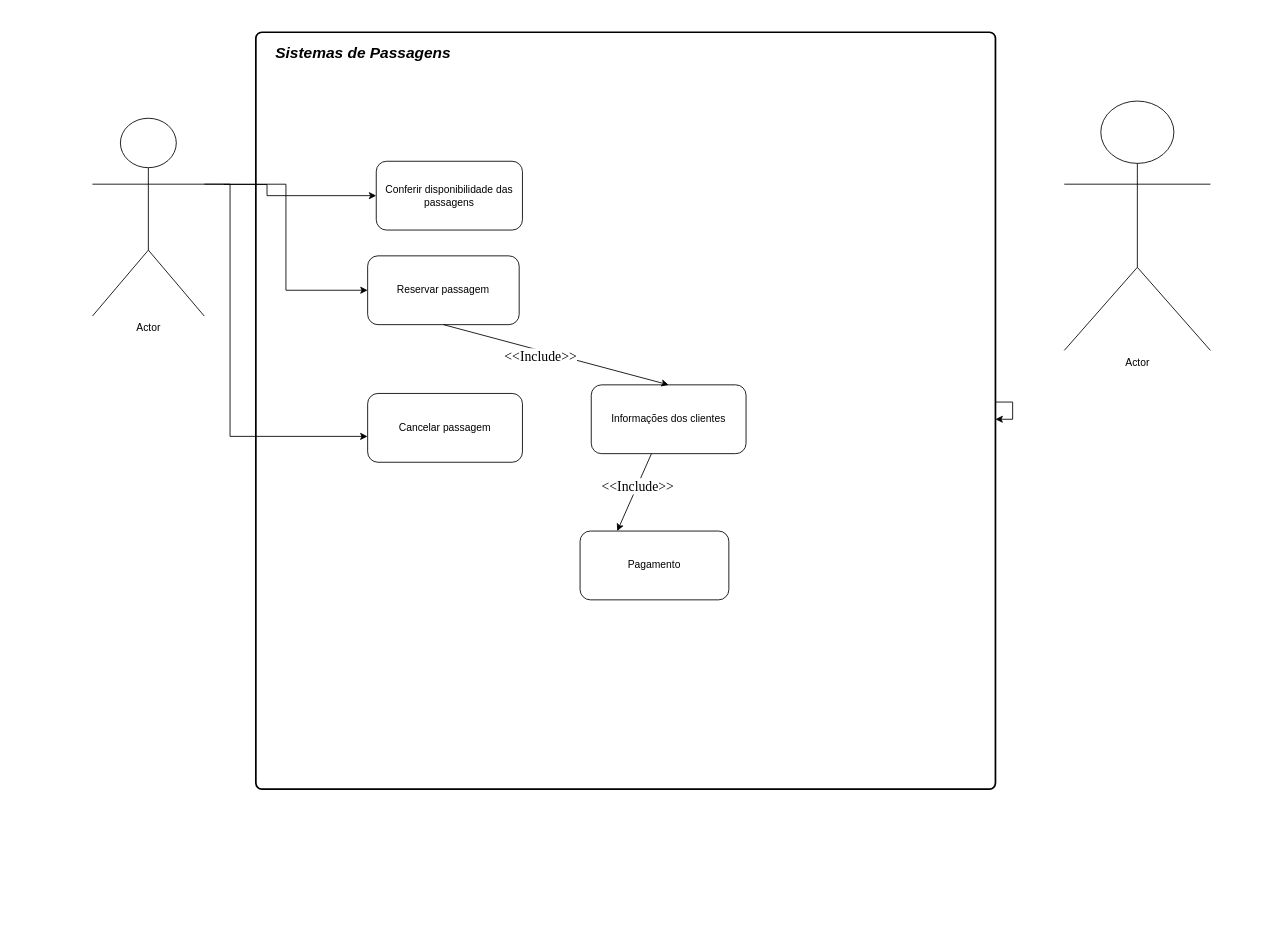
The draw.io diagram Sistema de Passagens.drawio in llealdev/Diagramas-UML, before the edit. Source tidied: cells renumbered, new cells numbered last; positions are measured from the earlier drawing's top-left corner, leaving out a move shared by most shapes. Both pictures are drawn from the tidied source at 86%, with x=0, y=0 at pixel (92, 15).
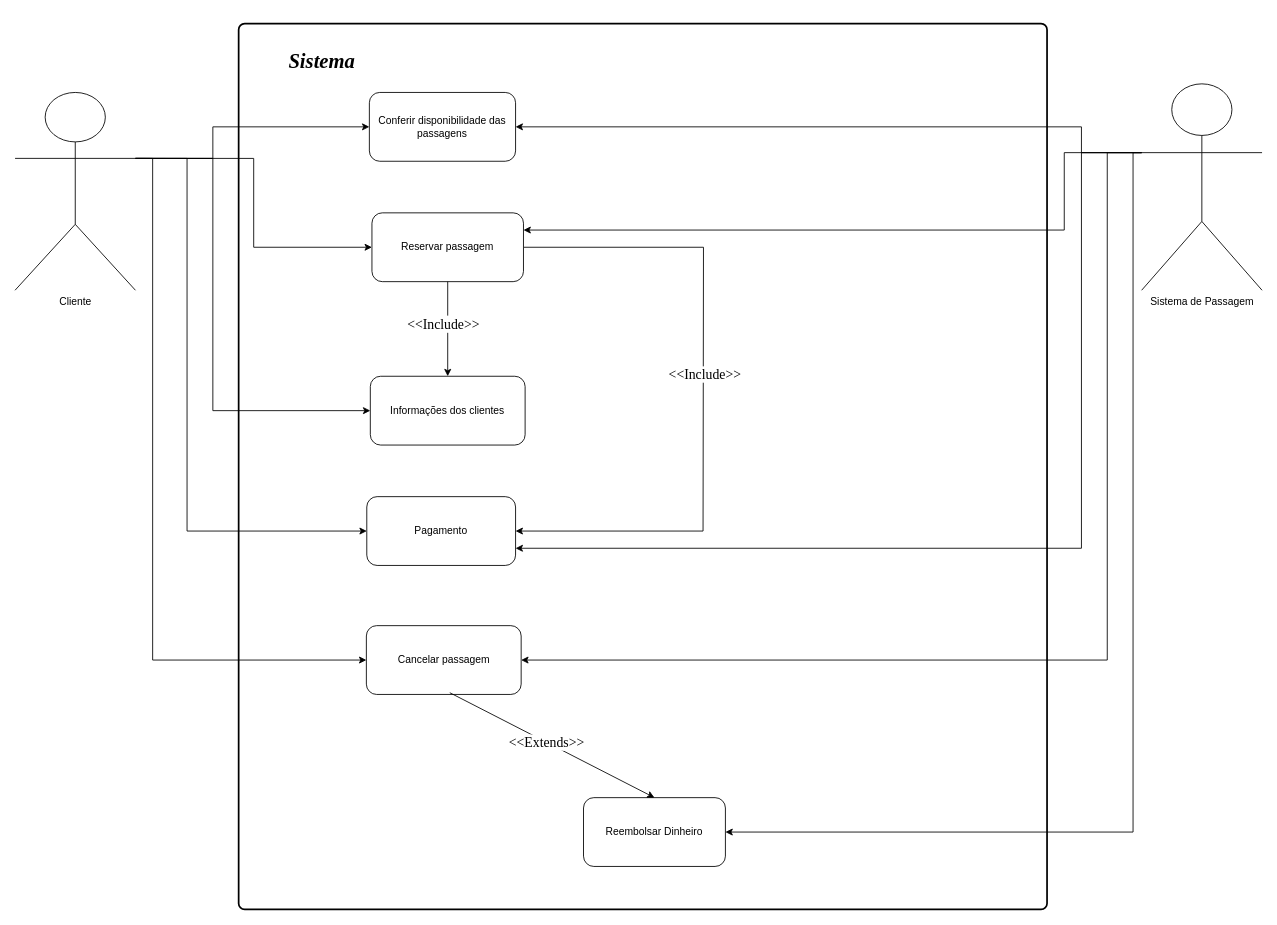
After the change.

Commit message:
Finalização do diagrama de caso de uso do sistema de passagem.drawio

The edit, as a diff of the source:
```diff
@@
-    <mxCell id="2" value="Actor" style="shape=umlActor;verticalLabelPosition=bottom;verticalAlign=top;html=1;" parent="1" vertex="1">
-      <mxGeometry y="120" width="130" height="230" as="geometry" />
+    <mxCell id="2" value="Cliente" style="shape=umlActor;verticalLabelPosition=bottom;verticalAlign=top;html=1;" parent="1" vertex="1">
+      <mxGeometry x="-90" y="90" width="140" height="230" as="geometry" />
     </mxCell>
     <mxCell id="3" style="rounded=1;whiteSpace=wrap;html=1;absoluteArcSize=1;arcSize=14;strokeWidth=2;" parent="1" vertex="1">
-      <mxGeometry x="190" y="20" width="860" height="880" as="geometry" />
+      <mxGeometry x="170" y="10" width="940" height="1030" as="geometry" />
     </mxCell>
-    <mxCell id="4" value="&lt;p style=&quot;line-height: 270%; font-size: 18px;&quot;&gt;&lt;b style=&quot;font-size: 18px;&quot;&gt;&lt;i style=&quot;font-size: 18px;&quot;&gt;Sistemas de Passagens&lt;/i&gt;&lt;/b&gt;&lt;/p&gt;" style="text;html=1;align=center;verticalAlign=middle;whiteSpace=wrap;rounded=0;fontSize=18;" parent="1" vertex="1">
-      <mxGeometry x="210" width="210" height="90" as="geometry" />
+    <mxCell id="4" value="&lt;p style=&quot;line-height: 270%;&quot;&gt;&lt;b style=&quot;&quot;&gt;&lt;i style=&quot;&quot;&gt;&lt;font face=&quot;Times New Roman&quot; style=&quot;font-size: 24px;&quot;&gt;Sistema&amp;nbsp;&lt;/font&gt;&lt;/i&gt;&lt;/b&gt;&lt;/p&gt;" style="text;html=1;align=center;verticalAlign=middle;whiteSpace=wrap;rounded=0;fontSize=18;" parent="1" vertex="1">
+      <mxGeometry x="80" y="10" width="380" height="90" as="geometry" />
     </mxCell>
     <mxCell id="5" value="Conferir disponibilidade das passagens" style="rounded=1;whiteSpace=wrap;html=1;" parent="1" vertex="1">
-      <mxGeometry x="330" y="170" width="170" height="80" as="geometry" />
+      <mxGeometry x="322" y="90" width="170" height="80" as="geometry" />
     </mxCell>
     <mxCell id="6" value="Reservar passagem" style="rounded=1;whiteSpace=wrap;html=1;" parent="1" vertex="1">
-      <mxGeometry x="320" y="280" width="176.2" height="80" as="geometry" />
+      <mxGeometry x="325" y="230" width="176.2" height="80" as="geometry" />
     </mxCell>
     <mxCell id="7" value="Informações dos clientes" style="rounded=1;whiteSpace=wrap;html=1;" parent="1" vertex="1">
-      <mxGeometry x="580" y="430" width="180" height="80" as="geometry" />
+      <mxGeometry x="323.1" y="420" width="180" height="80" as="geometry" />
     </mxCell>
     <mxCell id="8" value="Pagamento" style="rounded=1;whiteSpace=wrap;html=1;" parent="1" vertex="1">
-      <mxGeometry x="567" y="600" width="173" height="80" as="geometry" />
+      <mxGeometry x="319" y="560" width="173" height="80" as="geometry" />
     </mxCell>
     <mxCell id="9" value="Cancelar passagem" style="rounded=1;whiteSpace=wrap;html=1;" parent="1" vertex="1">
-      <mxGeometry x="320" y="440" width="180" height="80" as="geometry" />
+      <mxGeometry x="318.5" y="710" width="180" height="80" as="geometry" />
     </mxCell>
+    <mxCell id="20" style="edgeStyle=orthogonalEdgeStyle;rounded=0;jettySize=auto;html=1;exitX=0;exitY=0.3333333333333333;exitDx=0;exitDy=0;exitPerimeter=0;entryX=1;entryY=0.25;entryDx=0;entryDy=0;" parent="1" edge="1" source="10" target="6">
+      <mxGeometry relative="1" as="geometry">
+        <Array as="points">
+          <mxPoint x="1130" y="160" />
+          <mxPoint x="1130" y="250" />
+        </Array>
+      </mxGeometry>
+    </mxCell>
+    <mxCell id="21" style="edgeStyle=orthogonalEdgeStyle;rounded=0;jettySize=auto;html=1;exitX=0;exitY=0.3333333333333333;exitDx=0;exitDy=0;exitPerimeter=0;entryX=1;entryY=0.75;entryDx=0;entryDy=0;" parent="1" edge="1" source="10" target="8">
+      <mxGeometry relative="1" as="geometry">
+        <Array as="points">
+          <mxPoint x="1150" y="620" />
+        </Array>
+      </mxGeometry>
+    </mxCell>
+    <mxCell id="22" style="edgeStyle=orthogonalEdgeStyle;rounded=0;jettySize=auto;html=1;exitX=0;exitY=0.3333333333333333;exitDx=0;exitDy=0;exitPerimeter=0;entryX=1;entryY=0.5;entryDx=0;entryDy=0;" parent="1" edge="1" source="10" target="9">
+      <mxGeometry relative="1" as="geometry">
+        <Array as="points">
+          <mxPoint x="1180" y="160" />
+          <mxPoint x="1180" y="750" />
+        </Array>
+      </mxGeometry>
+    </mxCell>
+    <mxCell id="23" style="edgeStyle=orthogonalEdgeStyle;rounded=0;jettySize=auto;html=1;exitX=0;exitY=0.3333333333333333;exitDx=0;exitDy=0;exitPerimeter=0;entryX=1;entryY=0.5;entryDx=0;entryDy=0;" parent="1" edge="1" source="10" target="24">
+      <mxGeometry relative="1" as="geometry">
+        <Array as="points">
+          <mxPoint x="1210" y="160" />
+          <mxPoint x="1210" y="950" />
+        </Array>
+      </mxGeometry>
+    </mxCell>
-    <mxCell id="10" value="Actor" style="shape=umlActor;verticalLabelPosition=bottom;verticalAlign=top;html=1;" parent="1" vertex="1">
-      <mxGeometry x="1130" y="100" width="170" height="290" as="geometry" />
+    <mxCell id="10" value="Sistema de Passagem" style="shape=umlActor;verticalLabelPosition=bottom;verticalAlign=top;html=1;" parent="1" vertex="1">
+      <mxGeometry x="1220" y="80" width="140" height="240" as="geometry" />
     </mxCell>
-    <mxCell id="11" style="edgeStyle=orthogonalEdgeStyle;rounded=0;orthogonalLoop=1;jettySize=auto;html=1;" parent="1" edge="1">
-      <mxGeometry relative="1" as="geometry">
-        <mxPoint x="153" y="197" as="sourcePoint" />
-        <mxPoint x="330" y="210" as="targetPoint" />
-        <Array as="points">
-          <mxPoint x="203" y="197" />
-          <mxPoint x="203" y="210" />
-        </Array>
-      </mxGeometry>
-    </mxCell>
-    <mxCell id="12" style="edgeStyle=orthogonalEdgeStyle;rounded=0;jettySize=auto;html=1;exitX=1;exitY=0.3333333333333333;exitDx=0;exitDy=0;exitPerimeter=0;entryX=0;entryY=0.5;entryDx=0;entryDy=0;" parent="1" edge="1" source="2" target="6">
-      <mxGeometry relative="1" as="geometry" />
-    </mxCell>
@@
-    <mxCell id="16" style="edgeStyle=orthogonalEdgeStyle;rounded=0;orthogonalLoop=1;jettySize=auto;html=1;" parent="1" edge="1" source="3" target="3">
-      <mxGeometry relative="1" as="geometry" />
-    </mxCell>
-    <mxCell id="17" style="endArrow=classic;html=1;rounded=0;entryX=0.25;entryY=0;entryDx=0;entryDy=0;exitX=0.389;exitY=1;exitDx=0;exitDy=0;exitPerimeter=0;" parent="1" edge="1" source="7" target="8">
-      <mxGeometry relative="1" as="geometry" />
-    </mxCell>
+    <mxCell id="24" value="Reembolsar Dinheiro" style="rounded=1;whiteSpace=wrap;html=1;" parent="1" vertex="1">
+      <mxGeometry x="571" y="910" width="165" height="80" as="geometry" />
+    </mxCell>
+    <mxCell id="25" style="endArrow=classic;html=1;rounded=0;exitX=0.539;exitY=0.975;exitDx=0;exitDy=0;entryX=0.5;entryY=0;entryDx=0;entryDy=0;exitPerimeter=0;" parent="1" edge="1" source="9" target="24">
+      <mxGeometry relative="1" as="geometry" />
+    </mxCell>
+    <mxCell id="26" value="&lt;font style=&quot;font-size: 16px;&quot; face=&quot;Times New Roman&quot;&gt;&amp;lt;&amp;lt;Extends&amp;gt;&amp;gt;&lt;/font&gt;" style="edgeLabel;html=1;align=center;verticalAlign=middle;" parent="25" vertex="1">
+      <mxGeometry x="-0.06" relative="1" as="geometry" />
+    </mxCell>
+    <mxCell id="27" style="endArrow=classic;html=1;rounded=0;exitX=1;exitY=0.5;exitDx=0;exitDy=0;entryX=1;entryY=0.5;entryDx=0;entryDy=0;" parent="1" edge="1" target="8">
+      <mxGeometry relative="1" as="geometry">
+        <mxPoint x="501.8" y="270" as="sourcePoint" />
+        <Array as="points">
+          <mxPoint x="710.5" y="270" />
+          <mxPoint x="710" y="600" />
+        </Array>
+      </mxGeometry>
+    </mxCell>
-    <mxCell id="18" value="&lt;span style=&quot;font-family: &amp;quot;Times New Roman&amp;quot;; font-size: medium;&quot;&gt;&amp;lt;&amp;lt;Include&amp;gt;&amp;gt;&lt;/span&gt;" style="edgeLabel;html=1;align=center;verticalAlign=middle;" parent="17" vertex="1">
-      <mxGeometry x="-0.16" relative="1" as="geometry" />
+    <mxCell id="18" value="&lt;font face=&quot;Times New Roman&quot;&gt;&lt;span style=&quot;font-size: 16px;&quot;&gt;&amp;lt;&amp;lt;Include&amp;gt;&amp;gt;&lt;/span&gt;&lt;/font&gt;" style="edgeLabel;html=1;align=center;verticalAlign=middle;" parent="27" vertex="1">
+      <mxGeometry x="-0.06" y="1" relative="1" as="geometry" />
     </mxCell>
-    <mxCell id="19" style="edgeStyle=orthogonalEdgeStyle;rounded=0;jettySize=auto;html=1;exitX=1;exitY=0.3333333333333333;exitDx=0;exitDy=0;exitPerimeter=0;entryX=0.151;entryY=0.534;entryDx=0;entryDy=0;entryPerimeter=0;" parent="1" edge="1" source="2" target="3">
-      <mxGeometry relative="1" as="geometry" />
-    </mxCell>
+    <mxCell id="28" style="edgeStyle=orthogonalEdgeStyle;rounded=0;jettySize=auto;html=1;exitX=1;exitY=0.3333333333333333;exitDx=0;exitDy=0;exitPerimeter=0;entryX=0;entryY=0.5;entryDx=0;entryDy=0;" parent="1" edge="1" source="2" target="5">
+      <mxGeometry relative="1" as="geometry">
+        <Array as="points">
+          <mxPoint x="140" y="167" />
+          <mxPoint x="140" y="130" />
+        </Array>
+      </mxGeometry>
+    </mxCell>
+    <mxCell id="12" style="edgeStyle=orthogonalEdgeStyle;rounded=0;jettySize=auto;html=1;exitX=1;exitY=0.3333333333333333;exitDx=0;exitDy=0;exitPerimeter=0;entryX=0;entryY=0.5;entryDx=0;entryDy=0;" parent="1" edge="1" source="2" target="6">
+      <mxGeometry relative="1" as="geometry" />
+    </mxCell>
+    <mxCell id="29" style="edgeStyle=orthogonalEdgeStyle;rounded=0;jettySize=auto;html=1;exitX=1;exitY=0.3333333333333333;exitDx=0;exitDy=0;exitPerimeter=0;entryX=0;entryY=0.5;entryDx=0;entryDy=0;" parent="1" edge="1" source="2" target="7">
+      <mxGeometry relative="1" as="geometry">
+        <Array as="points">
+          <mxPoint x="140" y="167" />
+          <mxPoint x="140" y="460" />
+        </Array>
+      </mxGeometry>
+    </mxCell>
+    <mxCell id="30" style="edgeStyle=orthogonalEdgeStyle;rounded=0;jettySize=auto;html=1;exitX=1;exitY=0.3333333333333333;exitDx=0;exitDy=0;exitPerimeter=0;entryX=0;entryY=0.5;entryDx=0;entryDy=0;" parent="1" edge="1" source="2" target="8">
+      <mxGeometry relative="1" as="geometry">
+        <Array as="points">
+          <mxPoint x="110" y="167" />
+          <mxPoint x="110" y="600" />
+        </Array>
+      </mxGeometry>
+    </mxCell>
+    <mxCell id="31" style="edgeStyle=orthogonalEdgeStyle;rounded=0;jettySize=auto;html=1;exitX=1;exitY=0.3333333333333333;exitDx=0;exitDy=0;exitPerimeter=0;entryX=0;entryY=0.5;entryDx=0;entryDy=0;" parent="1" edge="1" source="2" target="9">
+      <mxGeometry relative="1" as="geometry">
+        <Array as="points">
+          <mxPoint x="70" y="167" />
+          <mxPoint x="70" y="750" />
+        </Array>
+      </mxGeometry>
+    </mxCell>
+    <mxCell id="32" style="edgeStyle=orthogonalEdgeStyle;rounded=0;jettySize=auto;html=1;exitX=0;exitY=0.3333333333333333;exitDx=0;exitDy=0;exitPerimeter=0;entryX=1;entryY=0.5;entryDx=0;entryDy=0;" parent="1" edge="1" source="10" target="5">
+      <mxGeometry relative="1" as="geometry">
+        <Array as="points">
+          <mxPoint x="1150" y="130" />
+        </Array>
+      </mxGeometry>
+    </mxCell>
```
